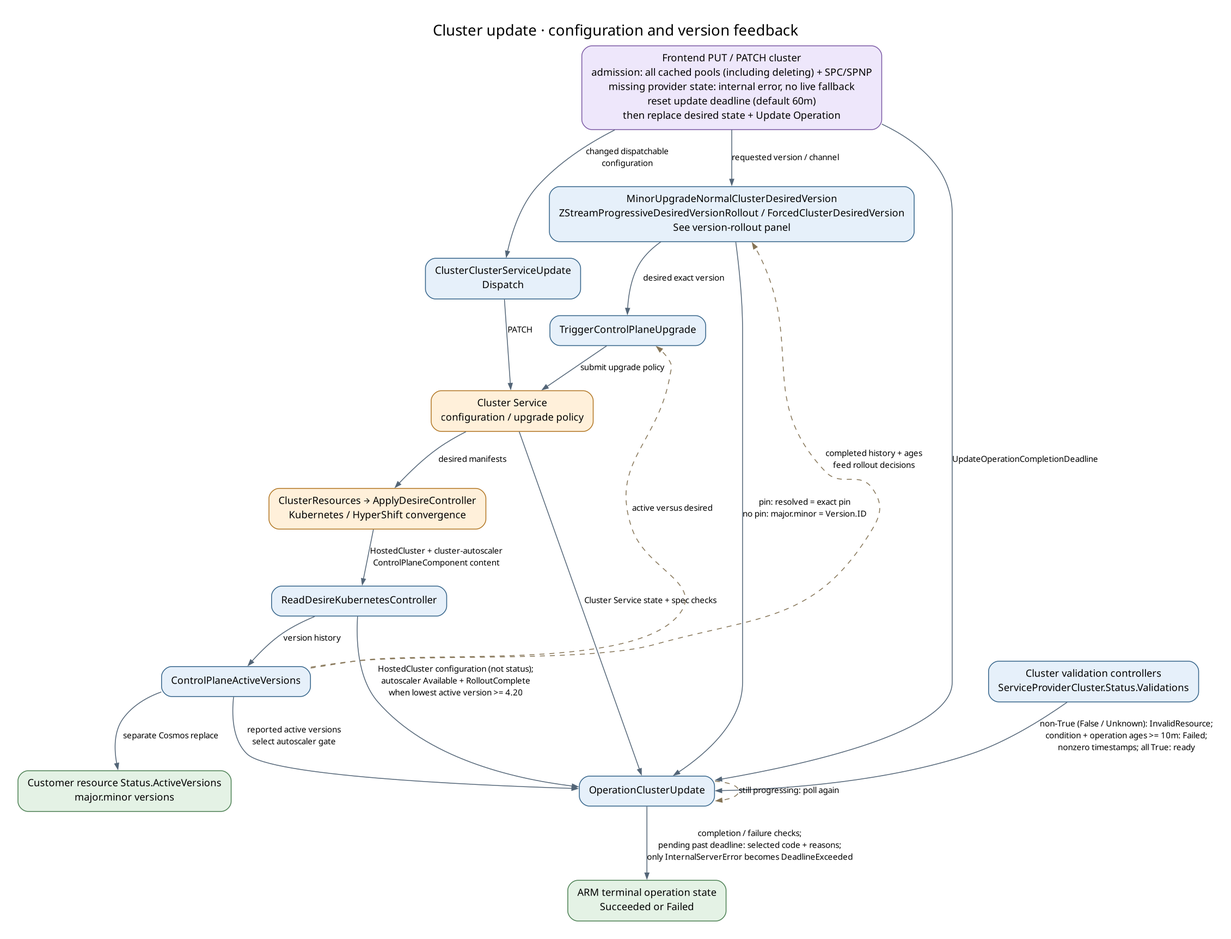
Before: docs/generated/diagrams/controller-flows/cluster-update.png, a diagram exported from Graphviz (Azure/ARO-HCP). Its source is kept beside it as docs/generated/diagrams/controller-flows/cluster-update.dot.
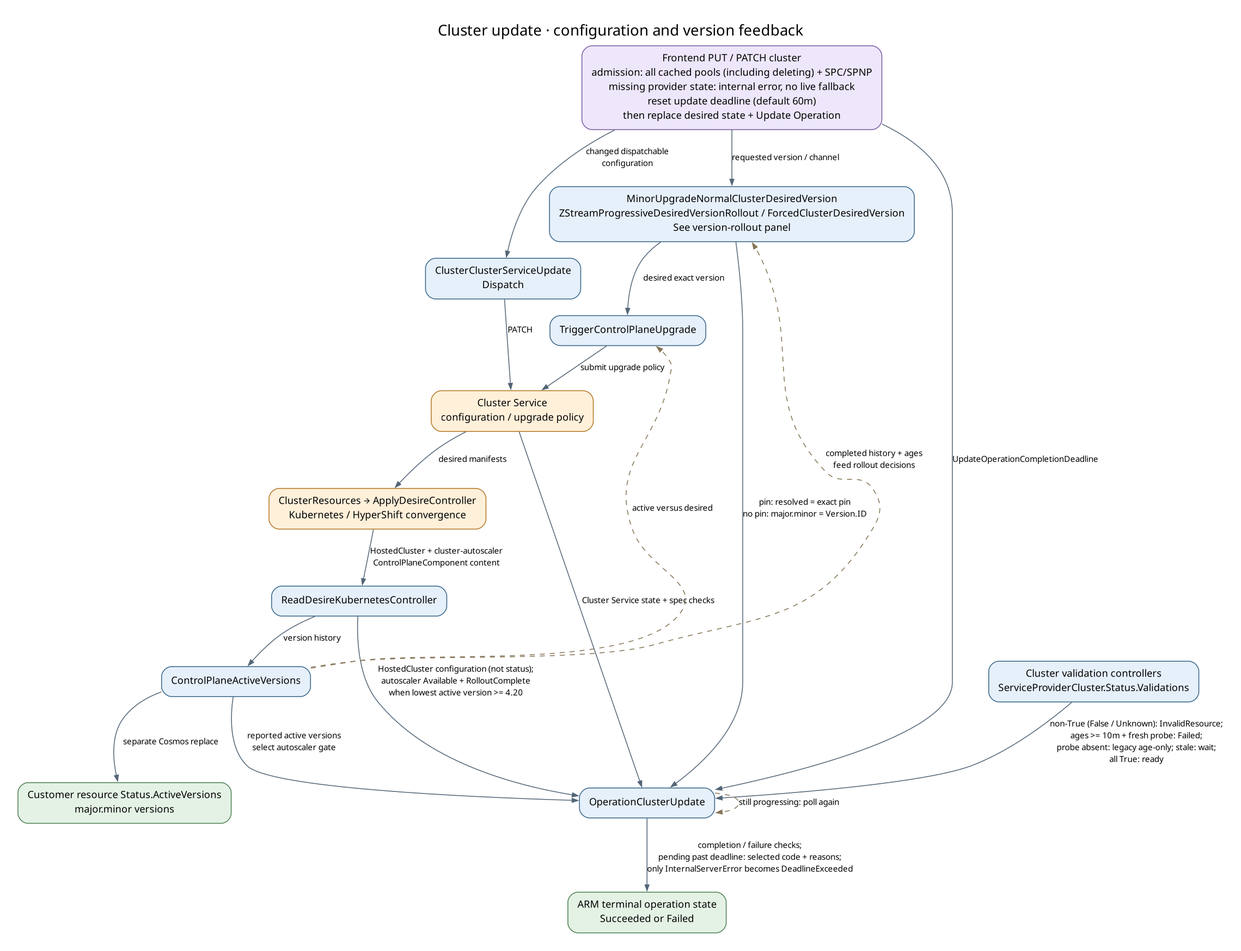
The same diagram one commit later.

The edit, as a diff of the source:
```diff
@@ -26,7 +26,7 @@
   cs -> op [label="Cluster Service state + spec checks"];
   mirror -> op [label="HostedCluster configuration (not status);\nautoscaler Available + RolloutComplete\nwhen lowest active version >= 4.20"];
   active -> op [label="reported active versions\nselect autoscaler gate"];
-  validation -> op [label="non-True (False / Unknown): InvalidResource;\ncondition + operation ages >= 10m: Failed;\nnonzero timestamps; all True: ready"];
+  validation -> op [label="non-True (False / Unknown): InvalidResource;\nages >= 10m + fresh probe: Failed;\nprobe absent: legacy age-only; stale: wait;\nall True: ready"];
   op -> done [label="completion / failure checks;\npending past deadline: selected code + reasons;\nonly InternalServerError becomes DeadlineExceeded"];
   observed [label="Customer resource Status.ActiveVersions\nmajor.minor versions", fillcolor="#e4f2e5", color="#4c8053"];
   active -> observed [label="separate Cosmos replace"];
```
